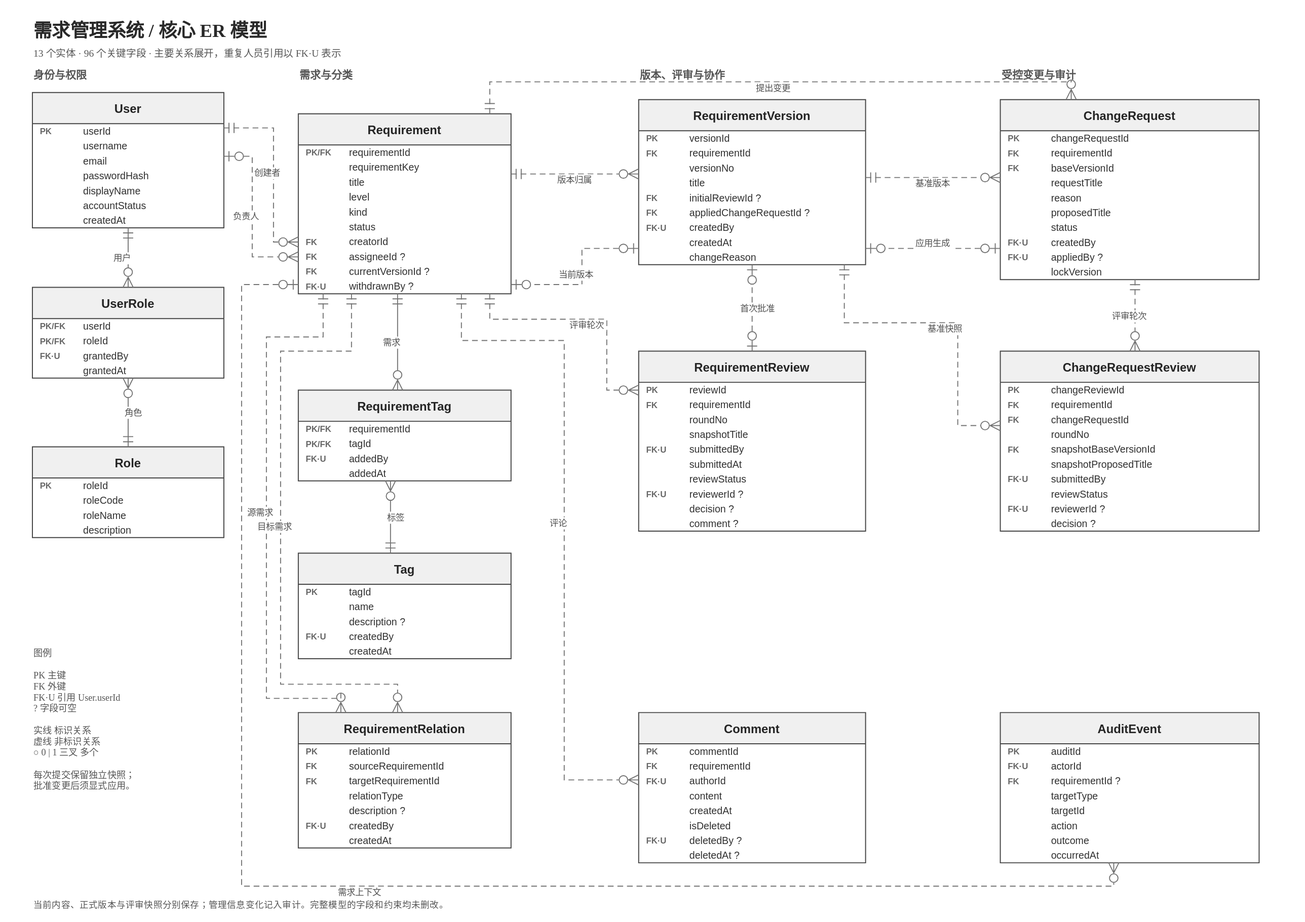
Above: docs/design/core-er.svg in hechuxielianli/xjtu-rms-coursework (draw.io), before the change. Source tidied: cells renumbered, new cells last; positions are measured from the earlier drawing's top-left corner, leaving out a move shared by most shapes.
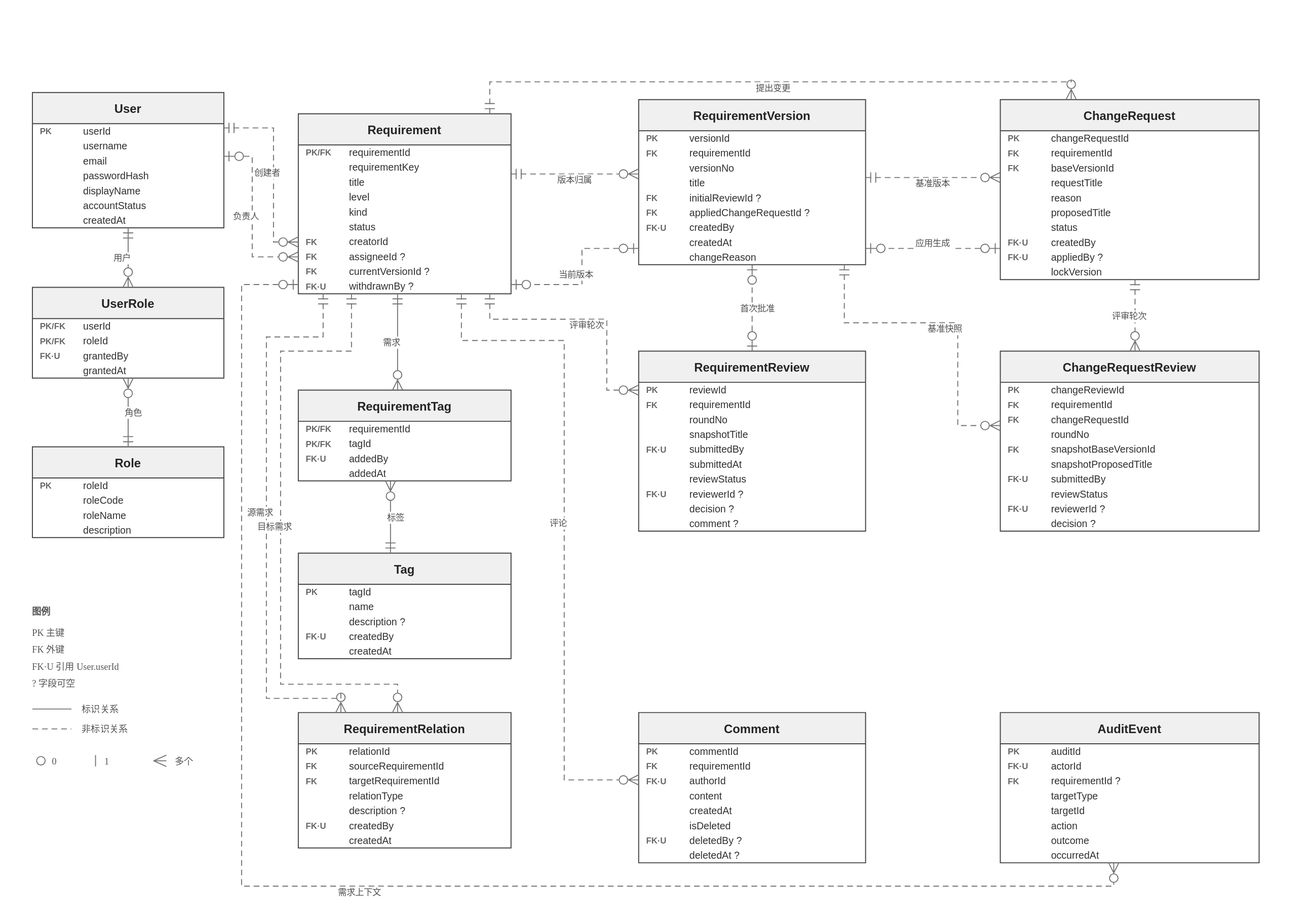
After the commit.

The edit, as a diff of the source:
```diff
@@ -5,24 +5,6 @@
     <mxCell id="2" style="rounded=0;strokeColor=none;fillColor=#FFFFFF;" parent="1" vertex="1">
       <mxGeometry width="1840" height="1301" as="geometry" />
     </mxCell>
-    <mxCell id="3" value="需求管理系统  /  核心 ER 模型" style="text;html=0;strokeColor=none;fillColor=none;fontFamily=Microsoft YaHei;fontSize=26;fontStyle=1;fontColor=#292929;align=left;verticalAlign=middle;whiteSpace=wrap;overflow=hidden;" parent="1" vertex="1">
-      <mxGeometry x="45" y="20" width="1740" height="45" as="geometry" />
-    </mxCell>
-    <mxCell id="4" value="13 个实体 · 96 个关键字段 · 主要关系展开，重复人员引用以 FK·U 表示" style="text;html=0;strokeColor=none;fillColor=none;fontFamily=Microsoft YaHei;fontSize=14;fontStyle=0;fontColor=#555555;align=left;verticalAlign=middle;whiteSpace=wrap;overflow=hidden;" parent="1" vertex="1">
-      <mxGeometry x="45" y="63" width="1740" height="26" as="geometry" />
-    </mxCell>
-    <mxCell id="5" value="身份与权限" style="text;html=0;strokeColor=none;fillColor=none;fontFamily=Microsoft YaHei;fontSize=15;fontStyle=1;fontColor=#555555;align=left;verticalAlign=middle;whiteSpace=wrap;overflow=hidden;" parent="1" vertex="1">
-      <mxGeometry x="45" y="91" width="270" height="27" as="geometry" />
-    </mxCell>
-    <mxCell id="6" value="需求与分类" style="text;html=0;strokeColor=none;fillColor=none;fontFamily=Microsoft YaHei;fontSize=15;fontStyle=1;fontColor=#555555;align=left;verticalAlign=middle;whiteSpace=wrap;overflow=hidden;" parent="1" vertex="1">
-      <mxGeometry x="420" y="91" width="300" height="27" as="geometry" />
-    </mxCell>
-    <mxCell id="7" value="版本、评审与协作" style="text;html=0;strokeColor=none;fillColor=none;fontFamily=Microsoft YaHei;fontSize=15;fontStyle=1;fontColor=#555555;align=left;verticalAlign=middle;whiteSpace=wrap;overflow=hidden;" parent="1" vertex="1">
-      <mxGeometry x="900" y="91" width="320" height="27" as="geometry" />
-    </mxCell>
-    <mxCell id="8" value="受控变更与审计" style="text;html=0;strokeColor=none;fillColor=none;fontFamily=Microsoft YaHei;fontSize=15;fontStyle=1;fontColor=#555555;align=left;verticalAlign=middle;whiteSpace=wrap;overflow=hidden;" parent="1" vertex="1">
-      <mxGeometry x="1410" y="91" width="365" height="27" as="geometry" />
-    </mxCell>
     <mxCell id="9" value="User" style="swimlane;html=0;startSize=44;horizontal=1;rounded=0;shadow=0;fillColor=#F0F0F0;swimlaneFillColor=#FFFFFF;strokeColor=#454545;strokeWidth=1.4;fontFamily=Arial;fontSize=17;fontStyle=1;fontColor=#242424;align=center;verticalAlign=middle;swimlaneLine=1;" parent="1" vertex="1">
       <mxGeometry x="45" y="130" width="270" height="191" as="geometry" />
     </mxCell>
@@ -753,11 +735,74 @@
         </Array>
       </mxGeometry>
     </mxCell>
-    <mxCell id="233" value="图例&#10;&#10;PK  主键&#10;FK  外键&#10;FK·U  引用 User.userId&#10;?  字段可空&#10;&#10;实线  标识关系&#10;虚线  非标识关系&#10;○  0    |  1    三叉  多个&#10;&#10;每次提交保留独立快照；&#10;批准变更后须显式应用。" style="text;html=0;strokeColor=none;fillColor=none;fontFamily=Microsoft YaHei;fontSize=13;fontStyle=0;fontColor=#555555;align=left;verticalAlign=middle;whiteSpace=wrap;overflow=hidden;" parent="1" vertex="1">
-      <mxGeometry x="45" y="850" width="270" height="330" as="geometry" />
-    </mxCell>
-    <mxCell id="234" value="当前内容、正式版本与评审快照分别保存；管理信息变化记入审计。完整模型的字段和约束均未删改。" style="text;html=0;strokeColor=none;fillColor=none;fontFamily=Microsoft YaHei;fontSize=12.5;fontStyle=0;fontColor=#555555;align=left;verticalAlign=middle;whiteSpace=wrap;overflow=hidden;" parent="1" vertex="1">
-      <mxGeometry x="45" y="1265" width="1750" height="24" as="geometry" />
-    </mxCell>
+    <mxCell id="235" value="图例" style="text;html=0;strokeColor=none;fillColor=none;fontFamily=Microsoft YaHei;fontSize=13;fontStyle=1;fontColor=#555555;align=left;verticalAlign=middle;whiteSpace=wrap;overflow=hidden;spacing=0;" parent="1" vertex="1">
+      <mxGeometry x="45" y="850" width="270" height="24" as="geometry" />
+    </mxCell>
+    <mxCell id="236" value="PK  主键" style="text;html=0;strokeColor=none;fillColor=none;fontFamily=Microsoft YaHei;fontSize=13;fontStyle=0;fontColor=#555555;align=left;verticalAlign=middle;whiteSpace=wrap;overflow=hidden;spacing=0;" parent="1" vertex="1">
+      <mxGeometry x="45" y="880" width="270" height="24" as="geometry" />
+    </mxCell>
+    <mxCell id="237" value="FK  外键" style="text;html=0;strokeColor=none;fillColor=none;fontFamily=Microsoft YaHei;fontSize=13;fontStyle=0;fontColor=#555555;align=left;verticalAlign=middle;whiteSpace=wrap;overflow=hidden;spacing=0;" parent="1" vertex="1">
+      <mxGeometry x="45" y="904" width="270" height="24" as="geometry" />
+    </mxCell>
+    <mxCell id="238" value="FK·U  引用 User.userId" style="text;html=0;strokeColor=none;fillColor=none;fontFamily=Microsoft YaHei;fontSize=13;fontStyle=0;fontColor=#555555;align=left;verticalAlign=middle;whiteSpace=wrap;overflow=hidden;spacing=0;" parent="1" vertex="1">
+      <mxGeometry x="45" y="928" width="270" height="24" as="geometry" />
+    </mxCell>
+    <mxCell id="239" value="?  字段可空" style="text;html=0;strokeColor=none;fillColor=none;fontFamily=Microsoft YaHei;fontSize=13;fontStyle=0;fontColor=#555555;align=left;verticalAlign=middle;whiteSpace=wrap;overflow=hidden;spacing=0;" parent="1" vertex="1">
+      <mxGeometry x="45" y="952" width="270" height="24" as="geometry" />
+    </mxCell>
+    <mxCell id="240" style="endArrow=none;startArrow=none;html=0;strokeColor=#737373;strokeWidth=1.35;rounded=0;" parent="1" edge="1">
+      <mxGeometry relative="1" as="geometry">
+        <mxPoint x="45" y="1000" as="sourcePoint" />
+        <mxPoint x="100" y="1000" as="targetPoint" />
+      </mxGeometry>
+    </mxCell>
+    <mxCell id="241" value="标识关系" style="text;html=0;strokeColor=none;fillColor=none;fontFamily=Microsoft YaHei;fontSize=13;fontStyle=0;fontColor=#555555;align=left;verticalAlign=middle;whiteSpace=wrap;overflow=hidden;spacing=0;" parent="1" vertex="1">
+      <mxGeometry x="115" y="988" width="200" height="24" as="geometry" />
+    </mxCell>
+    <mxCell id="242" style="endArrow=none;startArrow=none;html=0;strokeColor=#737373;strokeWidth=1.35;rounded=0;dashed=1;dashPattern=6 4;" parent="1" edge="1">
+      <mxGeometry relative="1" as="geometry">
+        <mxPoint x="45" y="1028" as="sourcePoint" />
+        <mxPoint x="100" y="1028" as="targetPoint" />
+      </mxGeometry>
+    </mxCell>
+    <mxCell id="243" value="非标识关系" style="text;html=0;strokeColor=none;fillColor=none;fontFamily=Microsoft YaHei;fontSize=13;fontStyle=0;fontColor=#555555;align=left;verticalAlign=middle;whiteSpace=wrap;overflow=hidden;spacing=0;" parent="1" vertex="1">
+      <mxGeometry x="115" y="1016" width="200" height="24" as="geometry" />
+    </mxCell>
+    <mxCell id="244" style="ellipse;html=0;fillColor=none;strokeColor=#737373;strokeWidth=1.35;" parent="1" vertex="1">
+      <mxGeometry x="51" y="1067" width="12" height="12" as="geometry" />
+    </mxCell>
+    <mxCell id="245" value="0" style="text;html=0;strokeColor=none;fillColor=none;fontFamily=Microsoft YaHei;fontSize=13;fontStyle=0;fontColor=#555555;align=left;verticalAlign=middle;whiteSpace=wrap;overflow=hidden;spacing=0;" parent="1" vertex="1">
+      <mxGeometry x="73" y="1062" width="25" height="24" as="geometry" />
+    </mxCell>
+    <mxCell id="246" style="endArrow=none;startArrow=none;html=0;strokeColor=#737373;strokeWidth=1.35;rounded=0;" parent="1" edge="1">
+      <mxGeometry relative="1" as="geometry">
+        <mxPoint x="134" y="1065" as="sourcePoint" />
+        <mxPoint x="134" y="1081" as="targetPoint" />
+      </mxGeometry>
+    </mxCell>
+    <mxCell id="247" value="1" style="text;html=0;strokeColor=none;fillColor=none;fontFamily=Microsoft YaHei;fontSize=13;fontStyle=0;fontColor=#555555;align=left;verticalAlign=middle;whiteSpace=wrap;overflow=hidden;spacing=0;" parent="1" vertex="1">
+      <mxGeometry x="147" y="1062" width="25" height="24" as="geometry" />
+    </mxCell>
+    <mxCell id="248" style="endArrow=none;startArrow=none;html=0;strokeColor=#737373;strokeWidth=1.35;rounded=0;" parent="1" edge="1">
+      <mxGeometry relative="1" as="geometry">
+        <mxPoint x="216" y="1073" as="sourcePoint" />
+        <mxPoint x="234" y="1065" as="targetPoint" />
+      </mxGeometry>
+    </mxCell>
+    <mxCell id="249" style="endArrow=none;startArrow=none;html=0;strokeColor=#737373;strokeWidth=1.35;rounded=0;" parent="1" edge="1">
+      <mxGeometry relative="1" as="geometry">
+        <mxPoint x="216" y="1073" as="sourcePoint" />
+        <mxPoint x="234" y="1073" as="targetPoint" />
+      </mxGeometry>
+    </mxCell>
+    <mxCell id="250" style="endArrow=none;startArrow=none;html=0;strokeColor=#737373;strokeWidth=1.35;rounded=0;" parent="1" edge="1">
+      <mxGeometry relative="1" as="geometry">
+        <mxPoint x="216" y="1073" as="sourcePoint" />
+        <mxPoint x="234" y="1081" as="targetPoint" />
+      </mxGeometry>
+    </mxCell>
+    <mxCell id="251" value="多个" style="text;html=0;strokeColor=none;fillColor=none;fontFamily=Microsoft YaHei;fontSize=13;fontStyle=0;fontColor=#555555;align=left;verticalAlign=middle;whiteSpace=wrap;overflow=hidden;spacing=0;" parent="1" vertex="1">
+      <mxGeometry x="246" y="1062" width="69" height="24" as="geometry" />
+    </mxCell>
   </root>
 </mxGraphModel>
```
